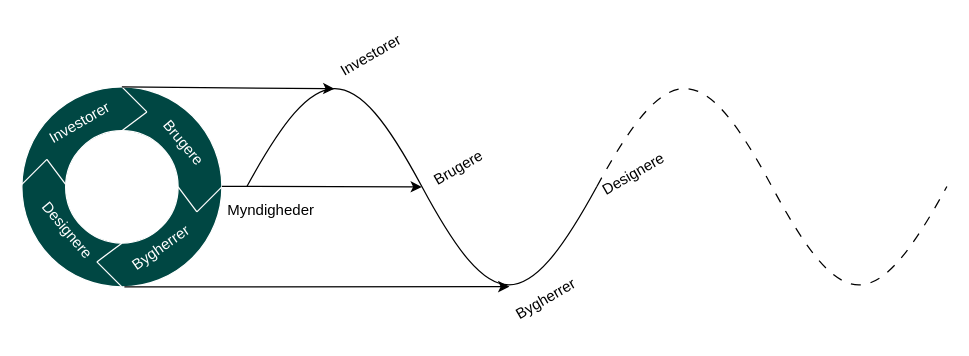
The draw.io diagram circleupack.drawio in Kristoffernegendahl/FleksByg, before the edit. Source tidied: cells renumbered, new cells numbered last; positions are measured from the earlier drawing's top-left corner, leaving out a move shared by most shapes. Both pictures are drawn from the tidied source at 125%, with x=0, y=0 at pixel (21, 36).
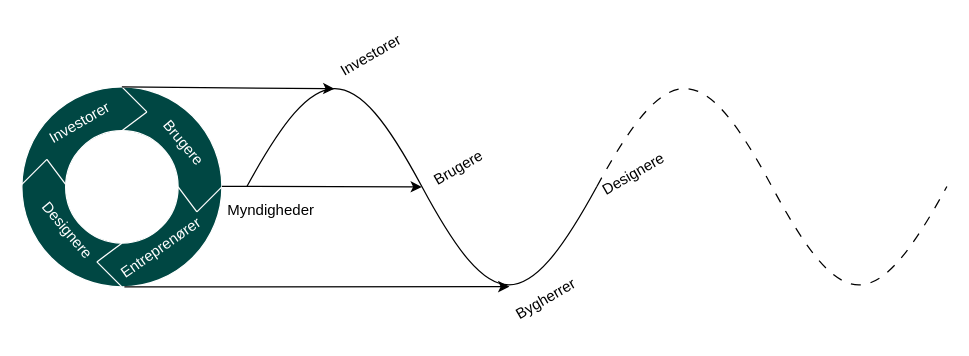
Above is the later version.

The edit, as a diff of the source:
```diff
@@
-    <mxCell id="18" value="Bygherrer" style="text;html=1;align=center;verticalAlign=middle;whiteSpace=wrap;rounded=0;rotation=-35;fontColor=#FFFFFF;" parent="1" vertex="1">
+    <mxCell id="18" value="Entreprenører" style="text;html=1;align=center;verticalAlign=middle;whiteSpace=wrap;rounded=0;rotation=-35;fontColor=#FFFFFF;" parent="1" vertex="1">
       <mxGeometry x="82" y="154" width="59" height="30" as="geometry" />
     </mxCell>
```
